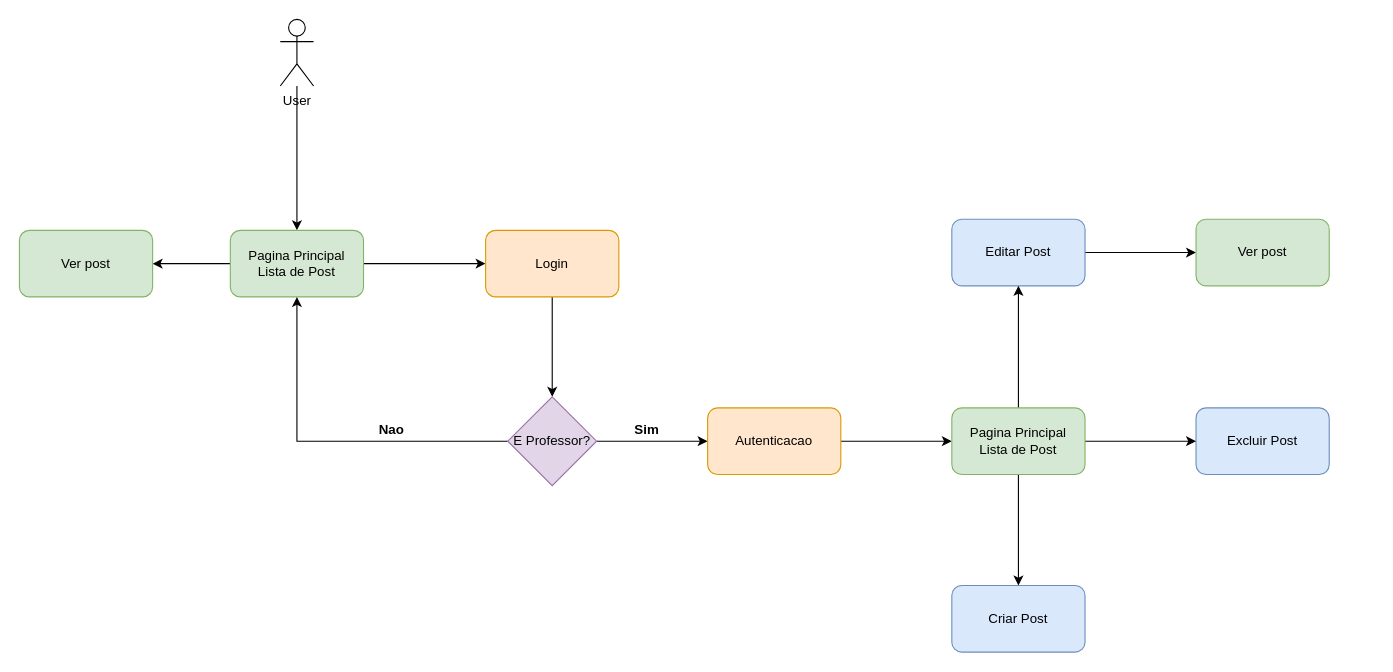
diegox300/TechChallengeOutSystem keeps this draw.io diagram as DiagramTechChallengeOutSystem.drawio. Above is the earlier version. Source tidied: cells renumbered, new cells numbered last; positions are measured from the earlier drawing's top-left corner, leaving out a move shared by most shapes. Both pictures are drawn from the tidied source at 111%, with x=0, y=0 at pixel (19, 19).
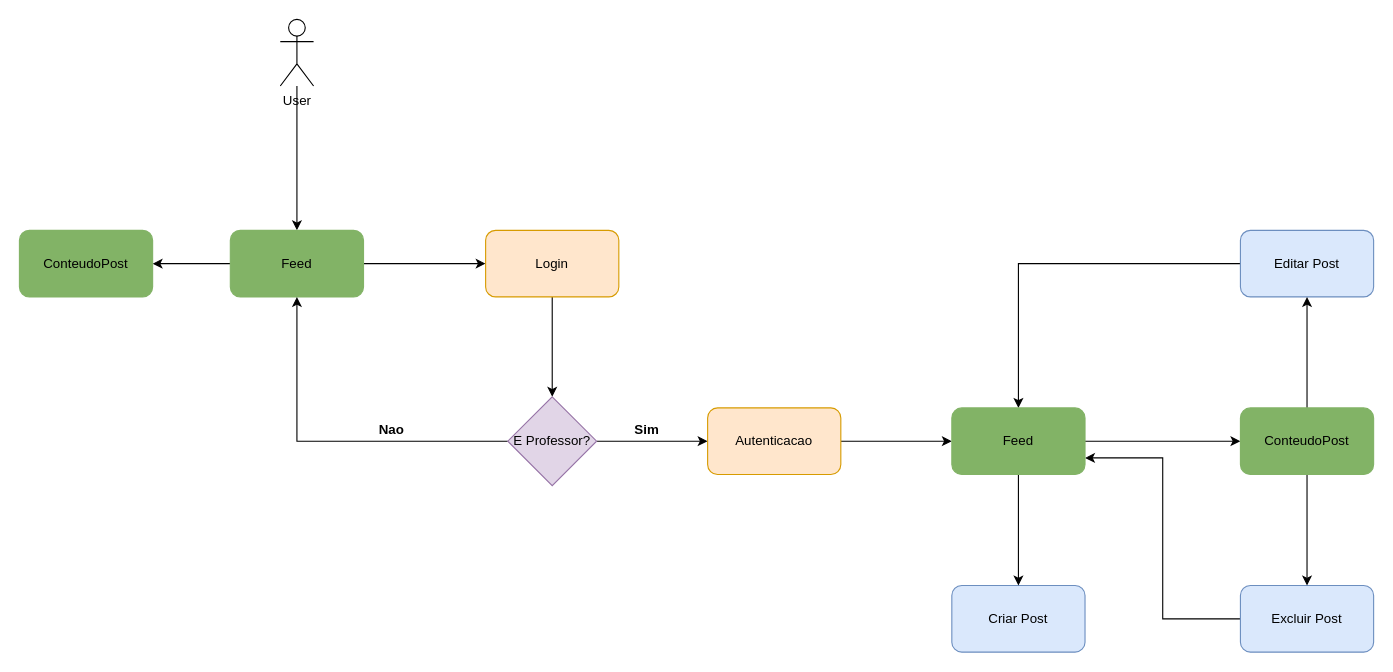
The same page after the edit.

The edit, as a diff of the source:
```diff
@@
-    <mxCell id="5" value="Pagina Principal&lt;div&gt;Lista de Post&lt;/div&gt;" style="rounded=1;whiteSpace=wrap;html=1;fillColor=#d5e8d4;strokeColor=#82b366;" parent="1" vertex="1">
+    <mxCell id="5" value="Feed" style="rounded=1;whiteSpace=wrap;html=1;fillColor=#82B366;strokeColor=#82b366;" parent="1" vertex="1">
       <mxGeometry x="190" y="190" width="120" height="60" as="geometry" />
     </mxCell>
-    <mxCell id="6" value="Ver post" style="rounded=1;whiteSpace=wrap;html=1;fillColor=#d5e8d4;strokeColor=#82b366;" parent="1" vertex="1">
+    <mxCell id="6" value="ConteudoPost" style="rounded=1;whiteSpace=wrap;html=1;fillColor=#82B366;strokeColor=#82b366;" parent="1" vertex="1">
       <mxGeometry y="190" width="120" height="60" as="geometry" />
     </mxCell>
@@
-    <mxCell id="17" style="edgeStyle=orthogonalEdgeStyle;rounded=0;jettySize=auto;html=1;entryX=0;entryY=0.5;entryDx=0;entryDy=0;" parent="1" edge="1" source="18" target="20">
-      <mxGeometry relative="1" as="geometry" />
-    </mxCell>
+    <mxCell id="26" style="edgeStyle=orthogonalEdgeStyle;rounded=0;jettySize=auto;html=1;entryX=0.5;entryY=0;entryDx=0;entryDy=0;" parent="1" edge="1" source="18" target="24">
+      <mxGeometry relative="1" as="geometry" />
+    </mxCell>
     <mxCell id="18" value="Editar Post" style="rounded=1;whiteSpace=wrap;html=1;fillColor=#dae8fc;strokeColor=#6c8ebf;" parent="1" vertex="1">
-      <mxGeometry x="840" y="180" width="120" height="60" as="geometry" />
+      <mxGeometry x="1100" y="190" width="120" height="60" as="geometry" />
     </mxCell>
+    <mxCell id="27" style="edgeStyle=orthogonalEdgeStyle;rounded=0;jettySize=auto;html=1;entryX=1;entryY=0.75;entryDx=0;entryDy=0;" parent="1" edge="1" source="19" target="24">
+      <mxGeometry relative="1" as="geometry" />
+    </mxCell>
     <mxCell id="19" value="Excluir Post" style="rounded=1;whiteSpace=wrap;html=1;fillColor=#dae8fc;strokeColor=#6c8ebf;" parent="1" vertex="1">
-      <mxGeometry x="1060" y="350" width="120" height="60" as="geometry" />
+      <mxGeometry x="1100" y="510" width="120" height="60" as="geometry" />
     </mxCell>
-    <mxCell id="20" value="Ver post" style="rounded=1;whiteSpace=wrap;html=1;fillColor=#d5e8d4;strokeColor=#82b366;" parent="1" vertex="1">
-      <mxGeometry x="1060" y="180" width="120" height="60" as="geometry" />
-    </mxCell>
@@
-    <mxCell id="22" style="edgeStyle=orthogonalEdgeStyle;rounded=0;jettySize=auto;html=1;" parent="1" edge="1" source="24" target="19">
-      <mxGeometry relative="1" as="geometry" />
-    </mxCell>
-    <mxCell id="23" style="edgeStyle=orthogonalEdgeStyle;rounded=0;jettySize=auto;html=1;entryX=0.5;entryY=1;entryDx=0;entryDy=0;" parent="1" edge="1" source="24" target="18">
-      <mxGeometry relative="1" as="geometry" />
-    </mxCell>
+    <mxCell id="28" style="edgeStyle=orthogonalEdgeStyle;rounded=0;jettySize=auto;html=1;entryX=0;entryY=0.5;entryDx=0;entryDy=0;" parent="1" edge="1" source="24" target="31">
+      <mxGeometry relative="1" as="geometry" />
+    </mxCell>
-    <mxCell id="24" value="Pagina Principal&lt;div&gt;Lista de Post&lt;/div&gt;" style="rounded=1;whiteSpace=wrap;html=1;fillColor=#d5e8d4;strokeColor=#82b366;" parent="1" vertex="1">
+    <mxCell id="24" value="Feed" style="rounded=1;whiteSpace=wrap;html=1;fillColor=#82B366;strokeColor=#82b366;" parent="1" vertex="1">
       <mxGeometry x="840" y="350" width="120" height="60" as="geometry" />
     </mxCell>
@@
+    <mxCell id="29" style="edgeStyle=orthogonalEdgeStyle;rounded=0;jettySize=auto;html=1;" parent="1" edge="1" source="31" target="19">
+      <mxGeometry relative="1" as="geometry" />
+    </mxCell>
+    <mxCell id="30" style="edgeStyle=orthogonalEdgeStyle;rounded=0;jettySize=auto;html=1;entryX=0.5;entryY=1;entryDx=0;entryDy=0;" parent="1" edge="1" source="31" target="18">
+      <mxGeometry relative="1" as="geometry" />
+    </mxCell>
+    <mxCell id="31" value="ConteudoPost" style="rounded=1;whiteSpace=wrap;html=1;fillColor=#82B366;strokeColor=#82b366;" parent="1" vertex="1">
+      <mxGeometry x="1100" y="350" width="120" height="60" as="geometry" />
+    </mxCell>
```
